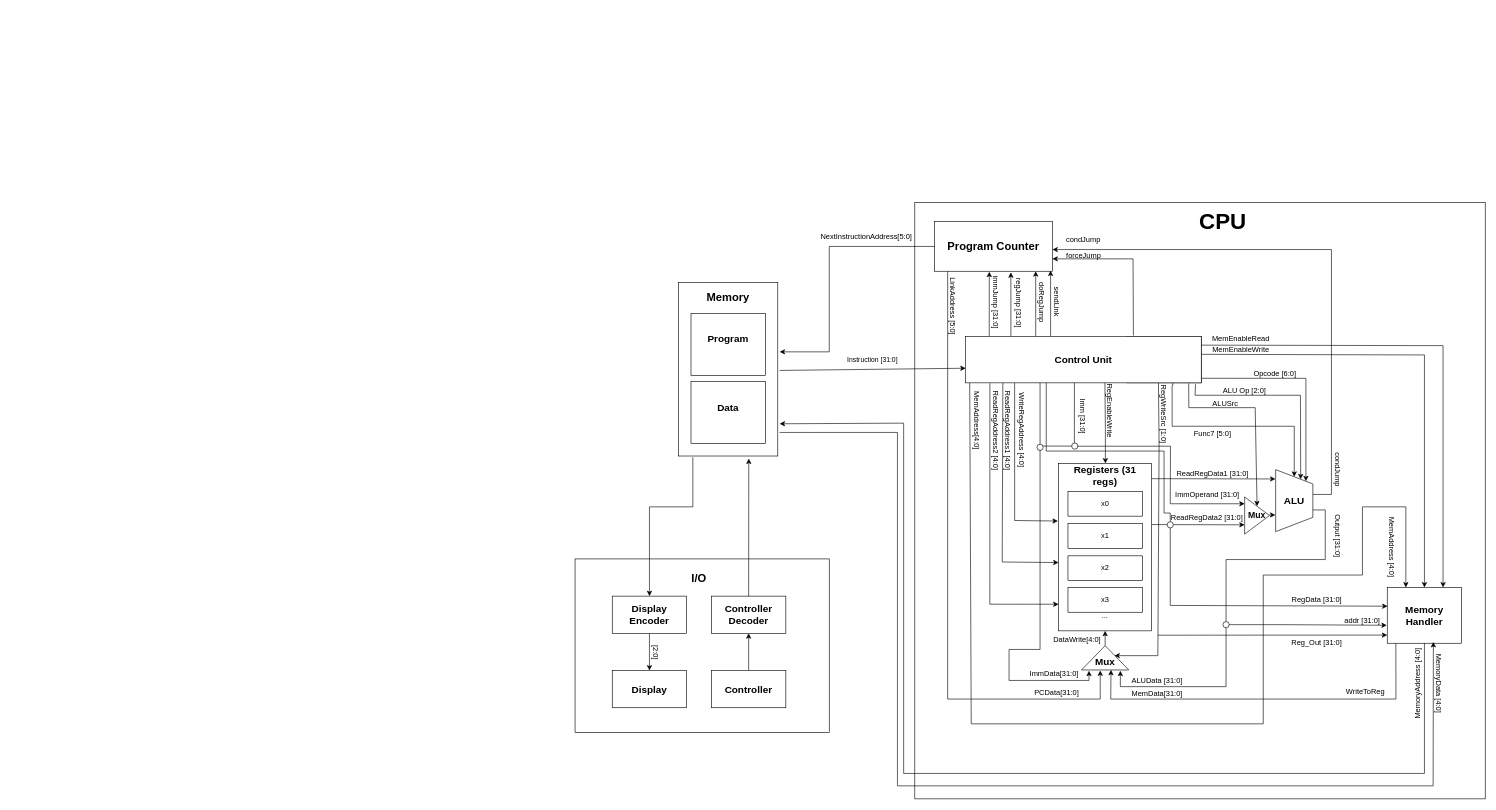
Above: Top_Level_RTL v2.drawio in limichael246/STARS_2024 (draw.io), before the change. Source tidied: cells renumbered, new cells numbered last; positions are measured from the earlier drawing's top-left corner, leaving out a move shared by most shapes. Both pictures are drawn from the tidied source at 62%, with x=0, y=0 at pixel (575, 202).
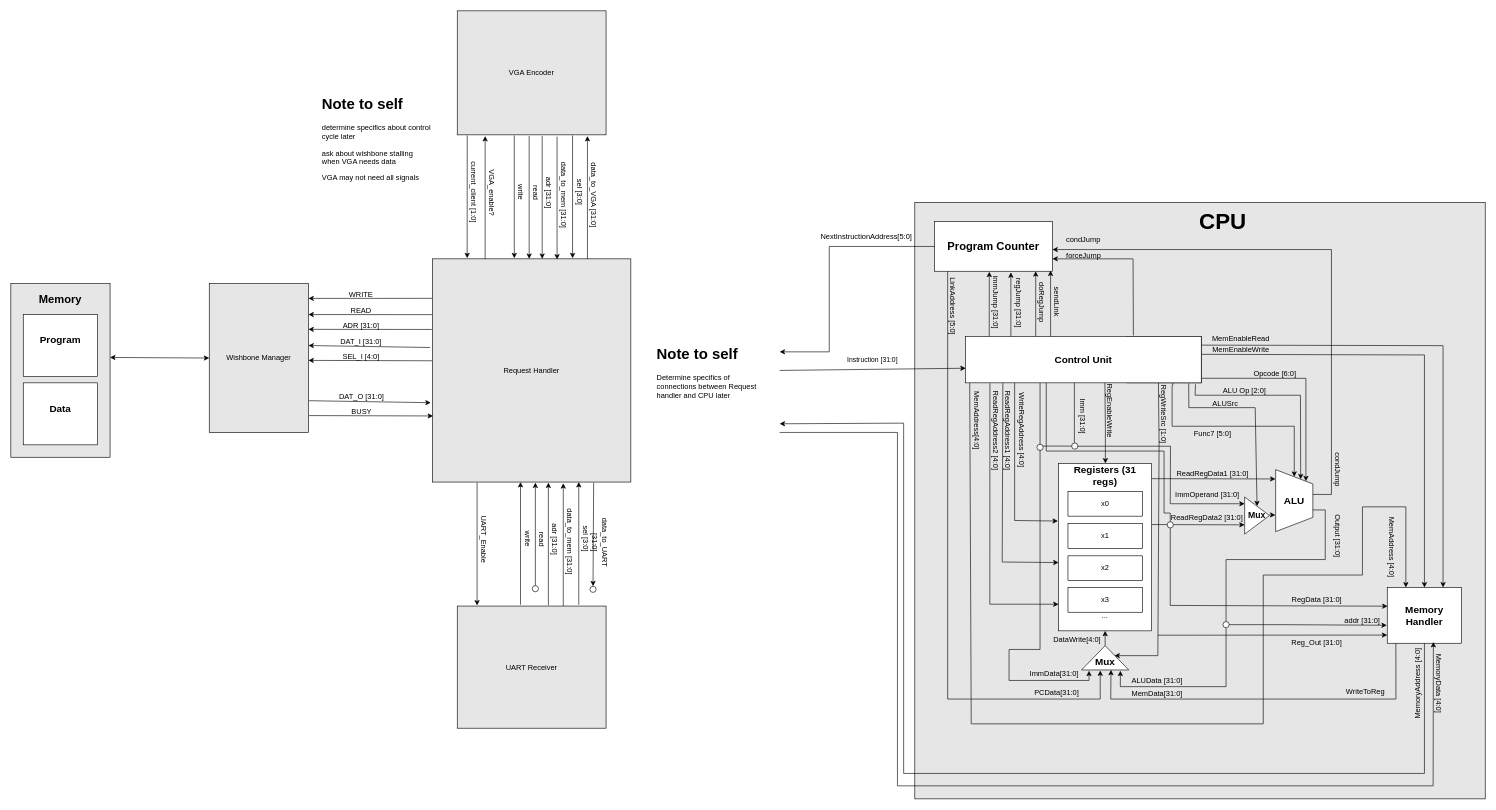
The same page after the edit.

The edit, as a diff of the source:
```diff
@@
-    <mxCell id="2" style="rounded=0;whiteSpace=wrap;html=1;" parent="1" vertex="1">
-      <mxGeometry y="575" width="410" height="280" as="geometry" />
-    </mxCell>
-    <mxCell id="3" style="rounded=0;whiteSpace=wrap;html=1;" parent="1" vertex="1">
-      <mxGeometry x="167" y="129" width="160" height="280" as="geometry" />
+    <mxCell id="3" style="rounded=0;whiteSpace=wrap;html=1;fillColor=#E6E6E6;" parent="1" vertex="1">
+      <mxGeometry x="-910" y="131" width="160" height="280" as="geometry" />
     </mxCell>
     <mxCell id="4" style="rounded=0;whiteSpace=wrap;html=1;" parent="1" vertex="1">
-      <mxGeometry x="187" y="179" width="120" height="100" as="geometry" />
+      <mxGeometry x="-890" y="181" width="120" height="100" as="geometry" />
     </mxCell>
     <mxCell id="5" style="rounded=0;whiteSpace=wrap;html=1;" parent="1" vertex="1">
-      <mxGeometry x="187" y="289" width="120" height="100" as="geometry" />
+      <mxGeometry x="-890" y="291" width="120" height="100" as="geometry" />
     </mxCell>
-    <mxCell id="6" style="rounded=0;whiteSpace=wrap;html=1;" parent="1" vertex="1">
+    <mxCell id="6" style="rounded=0;whiteSpace=wrap;html=1;fillColor=#E6E6E6;" parent="1" vertex="1">
       <mxGeometry x="548" width="920" height="962" as="geometry" />
     </mxCell>
@@
-    <mxCell id="8" style="edgeStyle=orthogonalEdgeStyle;rounded=0;jettySize=auto;html=1;" parent="1" edge="1" source="9" target="11">
-      <mxGeometry relative="1" as="geometry" />
-    </mxCell>
-    <mxCell id="9" value="&lt;font style=&quot;font-size: 16px;&quot;&gt;&lt;b&gt;Display Encoder&lt;/b&gt;&lt;/font&gt;" style="rounded=0;whiteSpace=wrap;html=1;" parent="1" vertex="1">
-      <mxGeometry x="60" y="635" width="120" height="60" as="geometry" />
-    </mxCell>
-    <mxCell id="10" value="&lt;font style=&quot;font-size: 16px;&quot;&gt;&lt;b&gt;Controller Decoder&lt;/b&gt;&lt;/font&gt;" style="rounded=0;whiteSpace=wrap;html=1;" parent="1" vertex="1">
-      <mxGeometry x="220" y="635" width="120" height="60" as="geometry" />
-    </mxCell>
-    <mxCell id="11" value="&lt;font style=&quot;font-size: 16px;&quot;&gt;&lt;b&gt;Display&lt;/b&gt;&lt;/font&gt;" style="rounded=0;whiteSpace=wrap;html=1;" parent="1" vertex="1">
-      <mxGeometry x="60" y="755" width="120" height="60" as="geometry" />
-    </mxCell>
-    <mxCell id="12" style="edgeStyle=orthogonalEdgeStyle;rounded=0;jettySize=auto;html=1;entryX=0.5;entryY=1;entryDx=0;entryDy=0;" parent="1" edge="1" source="13" target="10">
-      <mxGeometry relative="1" as="geometry" />
-    </mxCell>
-    <mxCell id="13" value="&lt;font style=&quot;font-size: 16px;&quot;&gt;&lt;b&gt;Controller&lt;/b&gt;&lt;/font&gt;" style="rounded=0;whiteSpace=wrap;html=1;" parent="1" vertex="1">
-      <mxGeometry x="220" y="755" width="120" height="60" as="geometry" />
-    </mxCell>
@@
     <mxCell id="17" value="&lt;font style=&quot;font-size: 18px;&quot;&gt;&lt;b&gt;Memory&lt;/b&gt;&lt;/font&gt;" style="text;html=1;align=center;verticalAlign=middle;whiteSpace=wrap;rounded=0;" parent="1" vertex="1">
-      <mxGeometry x="217" y="139" width="60" height="30" as="geometry" />
+      <mxGeometry x="-860" y="141" width="60" height="30" as="geometry" />
     </mxCell>
     <mxCell id="18" value="&lt;font style=&quot;font-size: 16px;&quot;&gt;&lt;b&gt;Program&lt;/b&gt;&lt;/font&gt;" style="text;html=1;align=center;verticalAlign=middle;whiteSpace=wrap;rounded=0;" parent="1" vertex="1">
-      <mxGeometry x="217" y="204" width="60" height="30" as="geometry" />
+      <mxGeometry x="-860" y="206" width="60" height="30" as="geometry" />
     </mxCell>
     <mxCell id="19" value="&lt;font style=&quot;font-size: 16px;&quot;&gt;&lt;b&gt;Data&lt;/b&gt;&lt;/font&gt;" style="text;html=1;align=center;verticalAlign=middle;whiteSpace=wrap;rounded=0;" parent="1" vertex="1">
-      <mxGeometry x="217" y="315.5" width="60" height="30" as="geometry" />
+      <mxGeometry x="-860" y="317.5" width="60" height="30" as="geometry" />
     </mxCell>
-    <mxCell id="20" style="endArrow=classic;html=1;rounded=0;exitX=0.5;exitY=0;exitDx=0;exitDy=0;entryX=0.701;entryY=1.009;entryDx=0;entryDy=0;entryPerimeter=0;" parent="1" edge="1" source="10">
-      <mxGeometry relative="1" as="geometry">
-        <mxPoint x="280.2" y="413.2" as="targetPoint" />
-      </mxGeometry>
-    </mxCell>
-    <mxCell id="21" style="endArrow=classic;html=1;rounded=0;entryX=0.5;entryY=0;entryDx=0;entryDy=0;exitX=0.25;exitY=1;exitDx=0;exitDy=0;" parent="1" edge="1" target="9">
-      <mxGeometry relative="1" as="geometry">
-        <mxPoint x="190" y="411" as="sourcePoint" />
-        <Array as="points">
-          <mxPoint x="190" y="491" />
-          <mxPoint x="120" y="491" />
-        </Array>
-      </mxGeometry>
-    </mxCell>
@@
-    <mxCell id="83" value="&lt;font style=&quot;font-size: 18px;&quot;&gt;&lt;b&gt;I/O&lt;/b&gt;&lt;/font&gt;" style="text;html=1;align=center;verticalAlign=middle;whiteSpace=wrap;rounded=0;" parent="1" vertex="1">
-      <mxGeometry x="170" y="591" width="60" height="30" as="geometry" />
-    </mxCell>
@@
-    <mxCell id="93" value="[2:0]" style="text;html=1;align=center;verticalAlign=middle;whiteSpace=wrap;rounded=0;rotation=90;" parent="1" vertex="1">
-      <mxGeometry x="100" y="711" width="60" height="30" as="geometry" />
-    </mxCell>
@@
+    <mxCell id="114" value="UART Receiver" style="rounded=0;whiteSpace=wrap;html=1;fillColor=#E6E6E6;" parent="1" vertex="1">
+      <mxGeometry x="-190" y="651" width="240" height="197" as="geometry" />
+    </mxCell>
+    <mxCell id="115" value="VGA Encoder" style="rounded=0;whiteSpace=wrap;html=1;fillColor=#E6E6E6;" parent="1" vertex="1">
+      <mxGeometry x="-190" y="-309" width="240" height="200" as="geometry" />
+    </mxCell>
+    <mxCell id="116" value="Wishbone Manager" style="rounded=0;whiteSpace=wrap;html=1;fillColor=#E6E6E6;" parent="1" vertex="1">
+      <mxGeometry x="-590" y="131" width="160" height="240" as="geometry" />
+    </mxCell>
+    <mxCell id="117" style="endArrow=classic;html=1;rounded=0;exitX=-0.003;exitY=0.358;exitDx=0;exitDy=0;exitPerimeter=0;entryX=1.006;entryY=0.139;entryDx=0;entryDy=0;entryPerimeter=0;" parent="1" edge="1">
+      <mxGeometry relative="1" as="geometry">
+        <mxPoint x="-231" y="204.9" as="sourcePoint" />
+        <mxPoint x="-430" y="204.7" as="targetPoint" />
+      </mxGeometry>
+    </mxCell>
+    <mxCell id="118" value="ADR [31:0]" style="text;html=1;align=center;verticalAlign=middle;whiteSpace=wrap;rounded=0;" parent="1" vertex="1">
+      <mxGeometry x="-390" y="183.5" width="90" height="30" as="geometry" />
+    </mxCell>
+    <mxCell id="119" style="endArrow=classic;html=1;rounded=0;exitX=-0.012;exitY=0.439;exitDx=0;exitDy=0;exitPerimeter=0;entryX=1.006;entryY=0.139;entryDx=0;entryDy=0;entryPerimeter=0;" parent="1" edge="1">
+      <mxGeometry relative="1" as="geometry">
+        <mxPoint x="-233.8" y="234" as="sourcePoint" />
+        <mxPoint x="-430" y="230.8" as="targetPoint" />
+      </mxGeometry>
+    </mxCell>
+    <mxCell id="120" value="DAT_I [31:0]" style="text;html=1;align=center;verticalAlign=middle;whiteSpace=wrap;rounded=0;" parent="1" vertex="1">
+      <mxGeometry x="-390" y="209.5" width="90" height="30" as="geometry" />
+    </mxCell>
+    <mxCell id="121" style="endArrow=classic;html=1;rounded=0;entryX=1.006;entryY=0.139;entryDx=0;entryDy=0;entryPerimeter=0;" parent="1" edge="1">
+      <mxGeometry relative="1" as="geometry">
+        <mxPoint x="-230" y="255.4" as="sourcePoint" />
+        <mxPoint x="-430" y="254.8" as="targetPoint" />
+      </mxGeometry>
+    </mxCell>
+    <mxCell id="122" value="SEL_I [4:0]" style="text;html=1;align=center;verticalAlign=middle;whiteSpace=wrap;rounded=0;" parent="1" vertex="1">
+      <mxGeometry x="-390" y="233.5" width="90" height="30" as="geometry" />
+    </mxCell>
+    <mxCell id="123" style="endArrow=classic;html=1;rounded=0;exitX=0;exitY=0.177;exitDx=0;exitDy=0;exitPerimeter=0;entryX=1.006;entryY=0.139;entryDx=0;entryDy=0;entryPerimeter=0;" parent="1" edge="1" source="127">
+      <mxGeometry relative="1" as="geometry">
+        <mxPoint x="-430" y="154.8" as="targetPoint" />
+      </mxGeometry>
+    </mxCell>
+    <mxCell id="124" value="WRITE" style="text;html=1;align=center;verticalAlign=middle;whiteSpace=wrap;rounded=0;" parent="1" vertex="1">
+      <mxGeometry x="-390" y="133.5" width="90" height="30" as="geometry" />
+    </mxCell>
+    <mxCell id="125" style="endArrow=classic;html=1;rounded=0;exitX=0;exitY=0.25;exitDx=0;exitDy=0;entryX=1.006;entryY=0.139;entryDx=0;entryDy=0;entryPerimeter=0;" parent="1" edge="1" source="127">
+      <mxGeometry relative="1" as="geometry">
+        <mxPoint x="-430" y="180.8" as="targetPoint" />
+      </mxGeometry>
+    </mxCell>
+    <mxCell id="126" value="READ" style="text;html=1;align=center;verticalAlign=middle;whiteSpace=wrap;rounded=0;" parent="1" vertex="1">
+      <mxGeometry x="-390" y="159.5" width="90" height="30" as="geometry" />
+    </mxCell>
+    <mxCell id="127" value="Request Handler" style="rounded=0;whiteSpace=wrap;html=1;fillColor=#E6E6E6;" parent="1" vertex="1">
+      <mxGeometry x="-230" y="91" width="320" height="360" as="geometry" />
+    </mxCell>
+    <mxCell id="128" style="endArrow=classic;html=1;rounded=0;exitX=-0.012;exitY=0.439;exitDx=0;exitDy=0;exitPerimeter=0;entryX=1.006;entryY=0.139;entryDx=0;entryDy=0;entryPerimeter=0;" parent="1" edge="1">
+      <mxGeometry relative="1" as="geometry">
+        <mxPoint x="-429" y="319.8" as="sourcePoint" />
+        <mxPoint x="-232.8" y="323" as="targetPoint" />
+      </mxGeometry>
+    </mxCell>
+    <mxCell id="129" value="DAT_O [31:0]" style="text;html=1;align=center;verticalAlign=middle;whiteSpace=wrap;rounded=0;" parent="1" vertex="1">
+      <mxGeometry x="-389" y="298.5" width="90" height="30" as="geometry" />
+    </mxCell>
+    <mxCell id="130" style="endArrow=classic;html=1;rounded=0;entryX=1.006;entryY=0.139;entryDx=0;entryDy=0;entryPerimeter=0;" parent="1" edge="1">
+      <mxGeometry relative="1" as="geometry">
+        <mxPoint x="-429" y="343.8" as="sourcePoint" />
+        <mxPoint x="-229" y="344.4" as="targetPoint" />
+      </mxGeometry>
+    </mxCell>
+    <mxCell id="131" value="BUSY" style="text;html=1;align=center;verticalAlign=middle;whiteSpace=wrap;rounded=0;" parent="1" vertex="1">
+      <mxGeometry x="-389" y="322.5" width="90" height="30" as="geometry" />
+    </mxCell>
+    <mxCell id="132" style="endArrow=classic;startArrow=classic;html=1;rounded=0;exitX=1;exitY=0.425;exitDx=0;exitDy=0;exitPerimeter=0;entryX=0;entryY=0.5;entryDx=0;entryDy=0;" parent="1" edge="1" source="3" target="116">
+      <mxGeometry relative="1" as="geometry" />
+    </mxCell>
+    <mxCell id="133" style="endArrow=classic;html=1;rounded=0;exitX=0.067;exitY=1.005;exitDx=0;exitDy=0;exitPerimeter=0;entryX=0.175;entryY=-0.003;entryDx=0;entryDy=0;entryPerimeter=0;" parent="1" edge="1" source="115" target="127">
+      <mxGeometry relative="1" as="geometry" />
+    </mxCell>
+    <mxCell id="134" value="&lt;h1 style=&quot;margin-top: 0px;&quot;&gt;Note to self&lt;br&gt;&lt;/h1&gt;&lt;p&gt;determine specifics about control cycle later&lt;/p&gt;&lt;p&gt;ask about wishbone stalling when VGA needs data&lt;br&gt;&lt;/p&gt;&lt;p&gt;VGA may not need all signals&lt;br&gt;&lt;/p&gt;" style="text;html=1;whiteSpace=wrap;overflow=hidden;rounded=0;" parent="1" vertex="1">
+      <mxGeometry x="-410" y="-179" width="180" height="170" as="geometry" />
+    </mxCell>
+    <mxCell id="135" value="current_client [1:0]" style="text;html=1;align=center;verticalAlign=middle;whiteSpace=wrap;rounded=0;rotation=90;" parent="1" vertex="1">
+      <mxGeometry x="-214.5" y="-32" width="103" height="30" as="geometry" />
+    </mxCell>
+    <mxCell id="136" style="endArrow=classic;html=1;rounded=0;exitX=0.067;exitY=1.005;exitDx=0;exitDy=0;exitPerimeter=0;entryX=0.175;entryY=-0.003;entryDx=0;entryDy=0;entryPerimeter=0;" parent="1" edge="1">
+      <mxGeometry relative="1" as="geometry">
+        <mxPoint x="-145" y="91" as="sourcePoint" />
+        <mxPoint x="-145" y="-107" as="targetPoint" />
+      </mxGeometry>
+    </mxCell>
+    <mxCell id="137" value="VGA_enable?" style="text;html=1;align=center;verticalAlign=middle;whiteSpace=wrap;rounded=0;rotation=90;" parent="1" vertex="1">
+      <mxGeometry x="-185.5" y="-31" width="103" height="30" as="geometry" />
+    </mxCell>
+    <mxCell id="138" style="endArrow=classic;html=1;rounded=0;exitX=0.067;exitY=1.005;exitDx=0;exitDy=0;exitPerimeter=0;entryX=0.175;entryY=-0.003;entryDx=0;entryDy=0;entryPerimeter=0;" parent="1" edge="1">
+      <mxGeometry relative="1" as="geometry">
+        <mxPoint x="-98" y="-108" as="sourcePoint" />
+        <mxPoint x="-98" y="90" as="targetPoint" />
+      </mxGeometry>
+    </mxCell>
+    <mxCell id="139" value="write" style="text;html=1;align=center;verticalAlign=middle;whiteSpace=wrap;rounded=0;rotation=90;" parent="1" vertex="1">
+      <mxGeometry x="-138.5" y="-32" width="103" height="30" as="geometry" />
+    </mxCell>
+    <mxCell id="140" style="endArrow=classic;html=1;rounded=0;exitX=0.067;exitY=1.005;exitDx=0;exitDy=0;exitPerimeter=0;entryX=0.175;entryY=-0.003;entryDx=0;entryDy=0;entryPerimeter=0;" parent="1" edge="1">
+      <mxGeometry relative="1" as="geometry">
+        <mxPoint x="-74" y="-107" as="sourcePoint" />
+        <mxPoint x="-74" y="91" as="targetPoint" />
+      </mxGeometry>
+    </mxCell>
+    <mxCell id="141" value="read" style="text;html=1;align=center;verticalAlign=middle;whiteSpace=wrap;rounded=0;rotation=90;" parent="1" vertex="1">
+      <mxGeometry x="-114.5" y="-31" width="103" height="30" as="geometry" />
+    </mxCell>
+    <mxCell id="142" style="endArrow=classic;html=1;rounded=0;exitX=0.067;exitY=1.005;exitDx=0;exitDy=0;exitPerimeter=0;entryX=0.175;entryY=-0.003;entryDx=0;entryDy=0;entryPerimeter=0;" parent="1" edge="1">
+      <mxGeometry relative="1" as="geometry">
+        <mxPoint x="-53" y="-107" as="sourcePoint" />
+        <mxPoint x="-53" y="91" as="targetPoint" />
+      </mxGeometry>
+    </mxCell>
+    <mxCell id="143" value="adr [31:0]" style="text;html=1;align=center;verticalAlign=middle;whiteSpace=wrap;rounded=0;rotation=90;" parent="1" vertex="1">
+      <mxGeometry x="-93.5" y="-31" width="103" height="30" as="geometry" />
+    </mxCell>
+    <mxCell id="144" style="endArrow=classic;html=1;rounded=0;exitX=0.067;exitY=1.005;exitDx=0;exitDy=0;exitPerimeter=0;entryX=0.175;entryY=-0.003;entryDx=0;entryDy=0;entryPerimeter=0;" parent="1" edge="1">
+      <mxGeometry relative="1" as="geometry">
+        <mxPoint x="-29" y="-106" as="sourcePoint" />
+        <mxPoint x="-29" y="92" as="targetPoint" />
+      </mxGeometry>
+    </mxCell>
+    <mxCell id="145" value="data_to_mem [31:0]" style="text;html=1;align=center;verticalAlign=middle;whiteSpace=wrap;rounded=0;rotation=90;" parent="1" vertex="1">
+      <mxGeometry x="-72.8" y="-26.8" width="109.5" height="30" as="geometry" />
+    </mxCell>
+    <mxCell id="146" style="endArrow=classic;html=1;rounded=0;exitX=0.067;exitY=1.005;exitDx=0;exitDy=0;exitPerimeter=0;entryX=0.175;entryY=-0.003;entryDx=0;entryDy=0;entryPerimeter=0;" parent="1" edge="1">
+      <mxGeometry relative="1" as="geometry">
+        <mxPoint x="-4" y="-108" as="sourcePoint" />
+        <mxPoint x="-4" y="90" as="targetPoint" />
+      </mxGeometry>
+    </mxCell>
+    <mxCell id="147" value="sel [3:0]" style="text;html=1;align=center;verticalAlign=middle;whiteSpace=wrap;rounded=0;rotation=90;" parent="1" vertex="1">
+      <mxGeometry x="-44.5" y="-32" width="103" height="30" as="geometry" />
+    </mxCell>
+    <mxCell id="148" style="endArrow=classic;html=1;rounded=0;exitX=0.067;exitY=1.005;exitDx=0;exitDy=0;exitPerimeter=0;entryX=0.175;entryY=-0.003;entryDx=0;entryDy=0;entryPerimeter=0;" parent="1" edge="1">
+      <mxGeometry relative="1" as="geometry">
+        <mxPoint x="20" y="91" as="sourcePoint" />
+        <mxPoint x="20" y="-107" as="targetPoint" />
+      </mxGeometry>
+    </mxCell>
+    <mxCell id="149" value="data_to_VGA [31:0]" style="text;html=1;align=center;verticalAlign=middle;whiteSpace=wrap;rounded=0;rotation=90;" parent="1" vertex="1">
+      <mxGeometry x="-24.2" y="-27.2" width="110.5" height="30" as="geometry" />
+    </mxCell>
+    <mxCell id="150" style="endArrow=classic;html=1;rounded=0;exitX=0.067;exitY=1.005;exitDx=0;exitDy=0;exitPerimeter=0;entryX=0.175;entryY=-0.003;entryDx=0;entryDy=0;entryPerimeter=0;" parent="1" edge="1">
+      <mxGeometry relative="1" as="geometry">
+        <mxPoint x="-158" y="452" as="sourcePoint" />
+        <mxPoint x="-158" y="650" as="targetPoint" />
+      </mxGeometry>
+    </mxCell>
+    <mxCell id="151" value="UART_Enable" style="text;html=1;align=center;verticalAlign=middle;whiteSpace=wrap;rounded=0;rotation=90;" parent="1" vertex="1">
+      <mxGeometry x="-198.5" y="528" width="103" height="30" as="geometry" />
+    </mxCell>
+    <mxCell id="152" style="endArrow=classic;html=1;rounded=0;exitX=0.067;exitY=1.005;exitDx=0;exitDy=0;exitPerimeter=0;entryX=0.175;entryY=-0.003;entryDx=0;entryDy=0;entryPerimeter=0;" parent="1" edge="1">
+      <mxGeometry relative="1" as="geometry">
+        <mxPoint x="-88" y="649" as="sourcePoint" />
+        <mxPoint x="-88" y="451" as="targetPoint" />
+      </mxGeometry>
+    </mxCell>
+    <mxCell id="153" value="write" style="text;html=1;align=center;verticalAlign=middle;whiteSpace=wrap;rounded=0;rotation=90;" parent="1" vertex="1">
+      <mxGeometry x="-128.5" y="527" width="103" height="30" as="geometry" />
+    </mxCell>
+    <mxCell id="154" style="endArrow=classic;html=1;rounded=0;entryX=0.175;entryY=-0.003;entryDx=0;entryDy=0;entryPerimeter=0;" parent="1" edge="1">
+      <mxGeometry relative="1" as="geometry">
+        <mxPoint x="-64" y="621" as="sourcePoint" />
+        <mxPoint x="-64" y="452" as="targetPoint" />
+      </mxGeometry>
+    </mxCell>
+    <mxCell id="155" value="read" style="text;html=1;align=center;verticalAlign=middle;whiteSpace=wrap;rounded=0;rotation=90;" parent="1" vertex="1">
+      <mxGeometry x="-104.5" y="528" width="103" height="30" as="geometry" />
+    </mxCell>
+    <mxCell id="156" style="endArrow=classic;html=1;rounded=0;exitX=0.067;exitY=1.005;exitDx=0;exitDy=0;exitPerimeter=0;entryX=0.175;entryY=-0.003;entryDx=0;entryDy=0;entryPerimeter=0;" parent="1" edge="1">
+      <mxGeometry relative="1" as="geometry">
+        <mxPoint x="-43" y="650" as="sourcePoint" />
+        <mxPoint x="-43" y="452" as="targetPoint" />
+      </mxGeometry>
+    </mxCell>
+    <mxCell id="157" value="adr [31:0]" style="text;html=1;align=center;verticalAlign=middle;whiteSpace=wrap;rounded=0;rotation=90;" parent="1" vertex="1">
+      <mxGeometry x="-83.5" y="528" width="103" height="30" as="geometry" />
+    </mxCell>
+    <mxCell id="158" style="endArrow=classic;html=1;rounded=0;exitX=0.067;exitY=1.005;exitDx=0;exitDy=0;exitPerimeter=0;entryX=0.175;entryY=-0.003;entryDx=0;entryDy=0;entryPerimeter=0;" parent="1" edge="1">
+      <mxGeometry relative="1" as="geometry">
+        <mxPoint x="-19" y="651" as="sourcePoint" />
+        <mxPoint x="-19" y="453" as="targetPoint" />
+      </mxGeometry>
+    </mxCell>
+    <mxCell id="159" value="data_to_mem [31:0]" style="text;html=1;align=center;verticalAlign=middle;whiteSpace=wrap;rounded=0;rotation=90;" parent="1" vertex="1">
+      <mxGeometry x="-62.8" y="532.2" width="109.5" height="30" as="geometry" />
+    </mxCell>
+    <mxCell id="160" style="endArrow=classic;html=1;rounded=0;exitX=0.067;exitY=1.005;exitDx=0;exitDy=0;exitPerimeter=0;entryX=0.175;entryY=-0.003;entryDx=0;entryDy=0;entryPerimeter=0;" parent="1" edge="1">
+      <mxGeometry relative="1" as="geometry">
+        <mxPoint x="6" y="649" as="sourcePoint" />
+        <mxPoint x="6" y="451" as="targetPoint" />
+      </mxGeometry>
+    </mxCell>
+    <mxCell id="161" value="sel [3:0]" style="text;html=1;align=center;verticalAlign=middle;whiteSpace=wrap;rounded=0;rotation=90;" parent="1" vertex="1">
+      <mxGeometry x="-34.5" y="527" width="103" height="30" as="geometry" />
+    </mxCell>
+    <mxCell id="162" style="endArrow=classic;html=1;rounded=0;exitX=0.067;exitY=1.005;exitDx=0;exitDy=0;exitPerimeter=0;entryX=0.5;entryY=0;entryDx=0;entryDy=0;" parent="1" edge="1" target="165">
+      <mxGeometry relative="1" as="geometry">
+        <mxPoint x="30" y="452" as="sourcePoint" />
+      </mxGeometry>
+    </mxCell>
+    <mxCell id="163" value="data_to_UART [31:0]" style="text;html=1;align=center;verticalAlign=middle;whiteSpace=wrap;rounded=0;rotation=90;" parent="1" vertex="1">
+      <mxGeometry x="-16.1" y="533.6" width="114.2" height="30" as="geometry" />
+    </mxCell>
+    <mxCell id="164" style="ellipse;whiteSpace=wrap;html=1;" parent="1" vertex="1">
+      <mxGeometry x="-69" y="618" width="10" height="10" as="geometry" />
+    </mxCell>
+    <mxCell id="165" style="ellipse;whiteSpace=wrap;html=1;" parent="1" vertex="1">
+      <mxGeometry x="24" y="619" width="10" height="10" as="geometry" />
+    </mxCell>
+    <mxCell id="166" value="&lt;h1 style=&quot;margin-top: 0px;&quot;&gt;Note to self&lt;br&gt;&lt;/h1&gt;&lt;p&gt;Determine specifics of connections between Request handler and CPU later&lt;br&gt;&lt;/p&gt;" style="text;html=1;whiteSpace=wrap;overflow=hidden;rounded=0;" parent="1" vertex="1">
+      <mxGeometry x="130" y="224" width="180" height="120" as="geometry" />
+    </mxCell>
```
